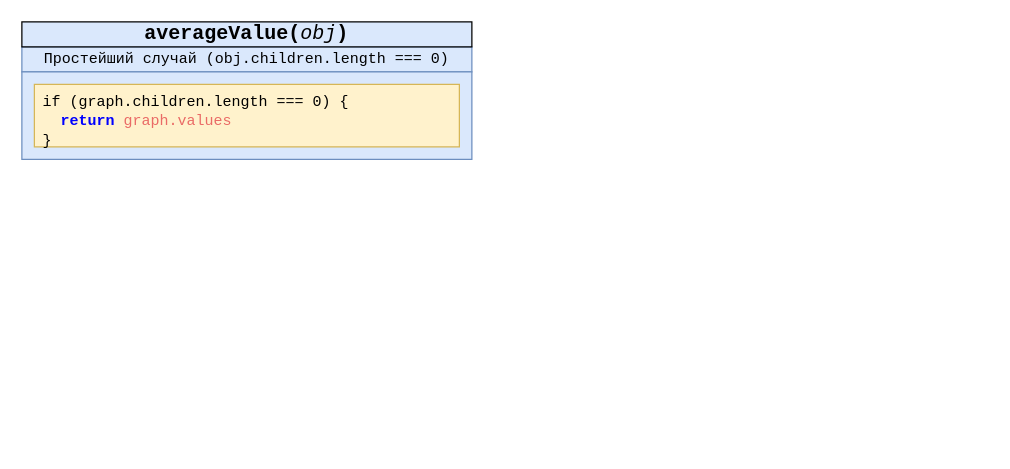
Before: recursion/0template/case.drawio in hisbvdis/js, a draw.io diagram. Source tidied: cells renumbered, new cells numbered last; positions are measured from the earlier drawing's top-left corner, leaving out a move shared by most shapes. Both pictures are drawn from the tidied source at 125%, with x=0, y=0 at pixel (21, 21).
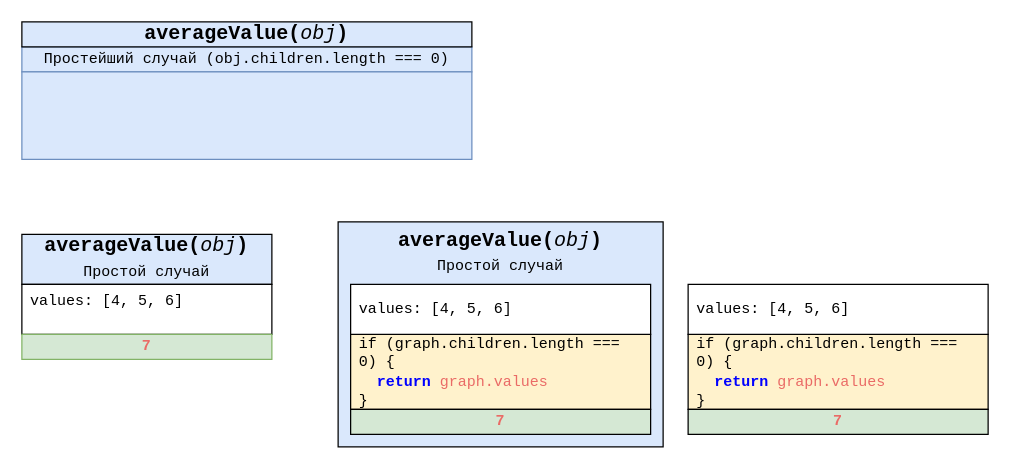
Above is the later version.

What changed in the source:
```diff
@@
 <mxGraphModel>
   <root>
     <mxCell id="0" />
     <mxCell id="1" parent="0" />
+    <mxCell id="6" value="&lt;span style=&quot;font-weight: 700&quot;&gt;averageValue(&lt;/span&gt;&lt;i&gt;obj&lt;/i&gt;&lt;span style=&quot;font-weight: 700&quot;&gt;)&lt;br&gt;&lt;/span&gt;&lt;span style=&quot;font-size: 12px ; text-align: left&quot;&gt;Простой случай&lt;/span&gt;&lt;span style=&quot;font-weight: 700&quot;&gt;&lt;br&gt;&lt;/span&gt;" style="rounded=0;fillColor=#dae8fc;strokeColor=default;shadow=0;gradientColor=none;whiteSpace=wrap;html=1;fontFamily=Consolas;fontSize=16;verticalAlign=top;" parent="1" vertex="1">
+      <mxGeometry x="253" y="160" width="260" height="180" as="geometry" />
+    </mxCell>
     <mxCell id="2" value="&lt;span style=&quot;text-align: left&quot;&gt;Простейший случай (obj.children.length === 0)&lt;/span&gt;" style="rounded=0;whiteSpace=wrap;html=1;shadow=0;glass=0;labelBackgroundColor=none;fontFamily=Consolas;fillColor=#dae8fc;strokeColor=#6c8ebf;" parent="1" vertex="1">
       <mxGeometry y="20" width="360" height="20" as="geometry" />
     </mxCell>
     <mxCell id="3" value="&lt;span style=&quot;font-weight: 700&quot;&gt;averageValue(&lt;/span&gt;&lt;i&gt;obj&lt;/i&gt;&lt;span style=&quot;font-weight: 700&quot;&gt;)&lt;/span&gt;" style="rounded=0;fillColor=#dae8fc;strokeColor=default;shadow=0;gradientColor=none;whiteSpace=wrap;html=1;fontFamily=Consolas;fontSize=16;" parent="1" vertex="1">
       <mxGeometry width="360" height="20" as="geometry" />
     </mxCell>
     <mxCell id="4" style="rounded=0;whiteSpace=wrap;html=1;shadow=0;glass=0;labelBackgroundColor=none;fontFamily=Consolas;fillColor=#dae8fc;strokeColor=#6c8ebf;" parent="1" vertex="1">
       <mxGeometry y="40" width="360" height="70" as="geometry" />
     </mxCell>
-    <mxCell id="5" value="&lt;div style=&quot;color: rgb(234 , 107 , 102) ; font-family: &amp;#34;helvetica&amp;#34;&quot;&gt;&lt;font color=&quot;#000000&quot; face=&quot;consolas&quot;&gt;if (graph.children.length === 0) {&lt;/font&gt;&lt;/div&gt;&lt;div style=&quot;color: rgb(234 , 107 , 102) ; font-family: &amp;#34;helvetica&amp;#34;&quot;&gt;&lt;font color=&quot;#000000&quot; face=&quot;consolas&quot;&gt;&amp;nbsp;&amp;nbsp;&lt;/font&gt;&lt;b style=&quot;color: rgb(0 , 0 , 0) ; font-family: &amp;#34;consolas&amp;#34;&quot;&gt;&lt;font color=&quot;#0000ff&quot;&gt;return&lt;/font&gt;&lt;/b&gt;&lt;font color=&quot;#000000&quot; face=&quot;consolas&quot;&gt;&amp;nbsp;&lt;/font&gt;&lt;font face=&quot;consolas&quot;&gt;graph.values&lt;/font&gt;&lt;/div&gt;&lt;div style=&quot;color: rgb(234 , 107 , 102) ; font-family: &amp;#34;helvetica&amp;#34;&quot;&gt;&lt;font color=&quot;#000000&quot; face=&quot;consolas&quot;&gt;}&lt;/font&gt;&lt;/div&gt;" style="rounded=0;whiteSpace=wrap;html=1;shadow=0;fontFamily=Consolas;align=left;spacingLeft=5;spacingRight=5;verticalAlign=top;fillColor=#fff2cc;strokeColor=#d6b656;" parent="1" vertex="1">
-      <mxGeometry x="10" y="50" width="340" height="50" as="geometry" />
+    <mxCell id="5" value="&lt;div style=&quot;color: rgb(234 , 107 , 102) ; font-family: &amp;#34;helvetica&amp;#34;&quot;&gt;&lt;font color=&quot;#000000&quot; face=&quot;consolas&quot;&gt;if (graph.children.length === 0) {&lt;/font&gt;&lt;/div&gt;&lt;div style=&quot;color: rgb(234 , 107 , 102) ; font-family: &amp;#34;helvetica&amp;#34;&quot;&gt;&lt;font color=&quot;#000000&quot; face=&quot;consolas&quot;&gt;&amp;nbsp;&amp;nbsp;&lt;/font&gt;&lt;b style=&quot;color: rgb(0 , 0 , 0) ; font-family: &amp;#34;consolas&amp;#34;&quot;&gt;&lt;font color=&quot;#0000ff&quot;&gt;return&lt;/font&gt;&lt;/b&gt;&lt;font color=&quot;#000000&quot; face=&quot;consolas&quot;&gt;&amp;nbsp;&lt;/font&gt;&lt;font face=&quot;consolas&quot;&gt;graph.values&lt;/font&gt;&lt;/div&gt;&lt;div style=&quot;color: rgb(234 , 107 , 102) ; font-family: &amp;#34;helvetica&amp;#34;&quot;&gt;&lt;font color=&quot;#000000&quot; face=&quot;consolas&quot;&gt;}&lt;/font&gt;&lt;/div&gt;" style="rounded=0;whiteSpace=wrap;html=1;shadow=0;fontFamily=Consolas;align=left;spacingLeft=5;spacingRight=5;verticalAlign=middle;fillColor=#fff2cc;strokeColor=#000000;" parent="1" vertex="1">
+      <mxGeometry x="263" y="250" width="240" height="60" as="geometry" />
     </mxCell>
+    <mxCell id="7" value="&lt;span style=&quot;font-weight: 700&quot;&gt;averageValue(&lt;/span&gt;&lt;i&gt;obj&lt;/i&gt;&lt;span style=&quot;font-weight: 700&quot;&gt;)&lt;br&gt;&lt;/span&gt;&lt;span style=&quot;font-size: 12px ; text-align: left&quot;&gt;Простой случай&lt;/span&gt;&lt;span style=&quot;font-weight: 700&quot;&gt;&lt;br&gt;&lt;/span&gt;" style="rounded=0;fillColor=#dae8fc;strokeColor=default;shadow=0;gradientColor=none;whiteSpace=wrap;html=1;fontFamily=Consolas;fontSize=16;" parent="1" vertex="1">
+      <mxGeometry y="170" width="200" height="40" as="geometry" />
+    </mxCell>
+    <mxCell id="8" value="values: [4, 5, 6]" style="rounded=0;whiteSpace=wrap;html=1;shadow=0;fontFamily=Consolas;align=left;spacingLeft=5;spacingRight=5;verticalAlign=top;" parent="1" vertex="1">
+      <mxGeometry y="210" width="200" height="40" as="geometry" />
+    </mxCell>
+    <mxCell id="9" value="&lt;span style=&quot;color: rgb(234 , 107 , 102) ; font-family: &amp;#34;consolas&amp;#34; ; text-align: left&quot;&gt;7&lt;/span&gt;" style="rounded=0;whiteSpace=wrap;html=1;shadow=0;fontFamily=Consolas;strokeColor=#82b366;align=center;spacingLeft=5;spacingRight=5;verticalAlign=middle;fillColor=#d5e8d4;fontStyle=1;" parent="1" vertex="1">
+      <mxGeometry y="250" width="200" height="20" as="geometry" />
+    </mxCell>
+    <mxCell id="10" value="values: [4, 5, 6]" style="rounded=0;whiteSpace=wrap;html=1;shadow=0;fontFamily=Consolas;align=left;spacingLeft=5;spacingRight=5;verticalAlign=middle;" parent="1" vertex="1">
+      <mxGeometry x="263" y="210" width="240" height="40" as="geometry" />
+    </mxCell>
+    <mxCell id="11" value="&lt;span style=&quot;color: rgb(234 , 107 , 102) ; font-family: &amp;#34;consolas&amp;#34; ; text-align: left&quot;&gt;7&lt;/span&gt;" style="rounded=0;whiteSpace=wrap;html=1;shadow=0;fontFamily=Consolas;strokeColor=#000000;align=center;spacingLeft=5;spacingRight=5;verticalAlign=middle;fillColor=#d5e8d4;fontStyle=1;" parent="1" vertex="1">
+      <mxGeometry x="263" y="310" width="240" height="20" as="geometry" />
+    </mxCell>
+    <mxCell id="12" value="&lt;div style=&quot;color: rgb(234 , 107 , 102) ; font-family: &amp;#34;helvetica&amp;#34;&quot;&gt;&lt;font color=&quot;#000000&quot; face=&quot;consolas&quot;&gt;if (graph.children.length === 0) {&lt;/font&gt;&lt;/div&gt;&lt;div style=&quot;color: rgb(234 , 107 , 102) ; font-family: &amp;#34;helvetica&amp;#34;&quot;&gt;&lt;font color=&quot;#000000&quot; face=&quot;consolas&quot;&gt;&amp;nbsp;&amp;nbsp;&lt;/font&gt;&lt;b style=&quot;color: rgb(0 , 0 , 0) ; font-family: &amp;#34;consolas&amp;#34;&quot;&gt;&lt;font color=&quot;#0000ff&quot;&gt;return&lt;/font&gt;&lt;/b&gt;&lt;font color=&quot;#000000&quot; face=&quot;consolas&quot;&gt;&amp;nbsp;&lt;/font&gt;&lt;font face=&quot;consolas&quot;&gt;graph.values&lt;/font&gt;&lt;/div&gt;&lt;div style=&quot;color: rgb(234 , 107 , 102) ; font-family: &amp;#34;helvetica&amp;#34;&quot;&gt;&lt;font color=&quot;#000000&quot; face=&quot;consolas&quot;&gt;}&lt;/font&gt;&lt;/div&gt;" style="rounded=0;whiteSpace=wrap;html=1;shadow=0;fontFamily=Consolas;align=left;spacingLeft=5;spacingRight=5;verticalAlign=middle;fillColor=#fff2cc;strokeColor=#000000;" parent="1" vertex="1">
+      <mxGeometry x="533" y="250" width="240" height="60" as="geometry" />
+    </mxCell>
+    <mxCell id="13" value="values: [4, 5, 6]" style="rounded=0;whiteSpace=wrap;html=1;shadow=0;fontFamily=Consolas;align=left;spacingLeft=5;spacingRight=5;verticalAlign=middle;" parent="1" vertex="1">
+      <mxGeometry x="533" y="210" width="240" height="40" as="geometry" />
+    </mxCell>
+    <mxCell id="14" value="&lt;span style=&quot;color: rgb(234 , 107 , 102) ; font-family: &amp;#34;consolas&amp;#34; ; text-align: left&quot;&gt;7&lt;/span&gt;" style="rounded=0;whiteSpace=wrap;html=1;shadow=0;fontFamily=Consolas;strokeColor=#000000;align=center;spacingLeft=5;spacingRight=5;verticalAlign=middle;fillColor=#d5e8d4;fontStyle=1;" parent="1" vertex="1">
+      <mxGeometry x="533" y="310" width="240" height="20" as="geometry" />
+    </mxCell>
   </root>
 </mxGraphModel>
```
